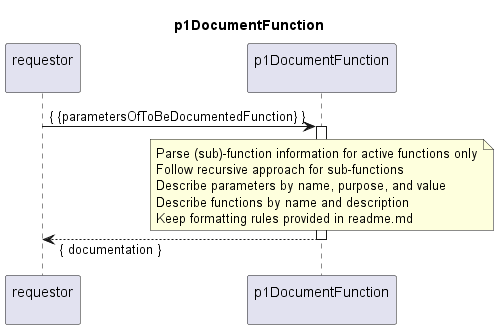
The PlantUML diagram spec/Functions/p1DocumentFunction/1.0.0/p1DocumentFunction.png in openBackhaul/DevicePerformanceManagementDataProcessor, before a commit. The source it was exported from:
```plantuml
@startuml p1DocumentFunction
skinparam responseMessageBelowArrow true

title
  p1DocumentFunction
end title

participant "requestor\n" as requestor
participant "p1DocumentFunction\n" as cur


requestor -> cur: { {parametersOfToBeDocumentedFunction} }
activate cur

  note over cur
    Parse (sub)-function information for active functions only
    Follow recursive approach for sub-functions
    Describe parameters by name, purpose, and value
    Describe functions by name and description
    Keep formatting rules provided in readme.md
  end note

requestor <-- cur: { documentation }
deactivate cur

@enduml
```
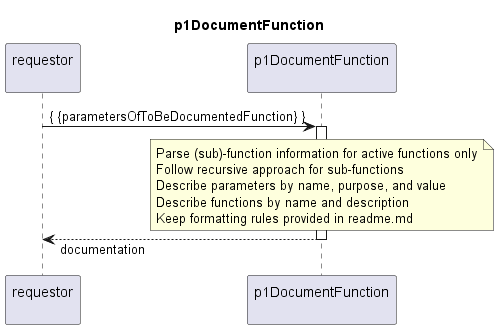
After the commit.

Change to the diagram source:
```diff
@@ -20,7 +20,7 @@
     Keep formatting rules provided in readme.md
   end note
 
-requestor <-- cur: { documentation }
+requestor <-- cur: documentation
 deactivate cur
 
 @enduml
```
